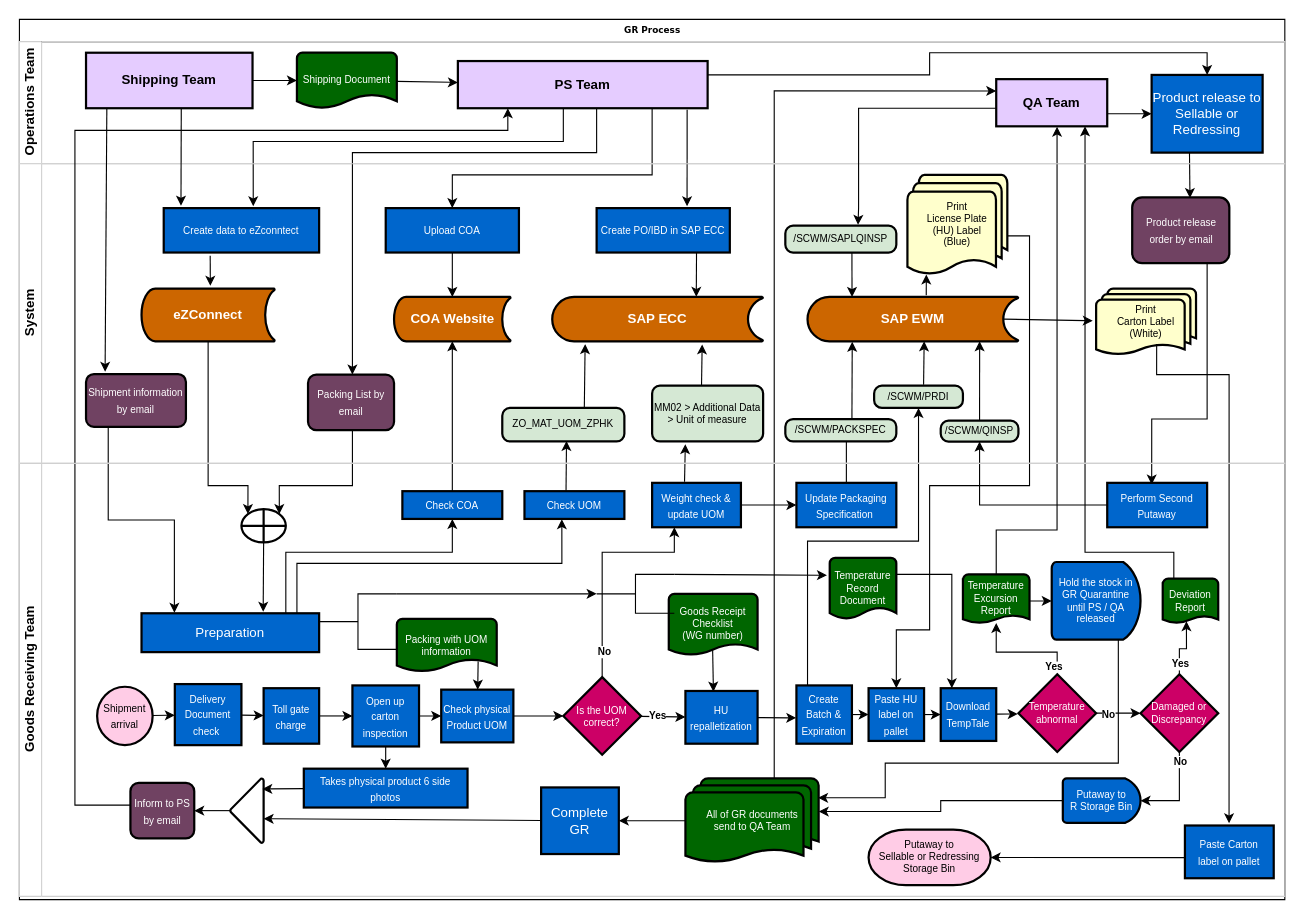
This is GR_Flowchart.drawio from chengkahohk/ZPHK_GR_workflow, a draw.io file, before an edit. Source tidied: cells renumbered, new cells numbered last; positions are measured from the earlier drawing's top-left corner, leaving out a move shared by most shapes. Both pictures are drawn from the tidied source at 111%, with x=0, y=0 at pixel (19, 19).
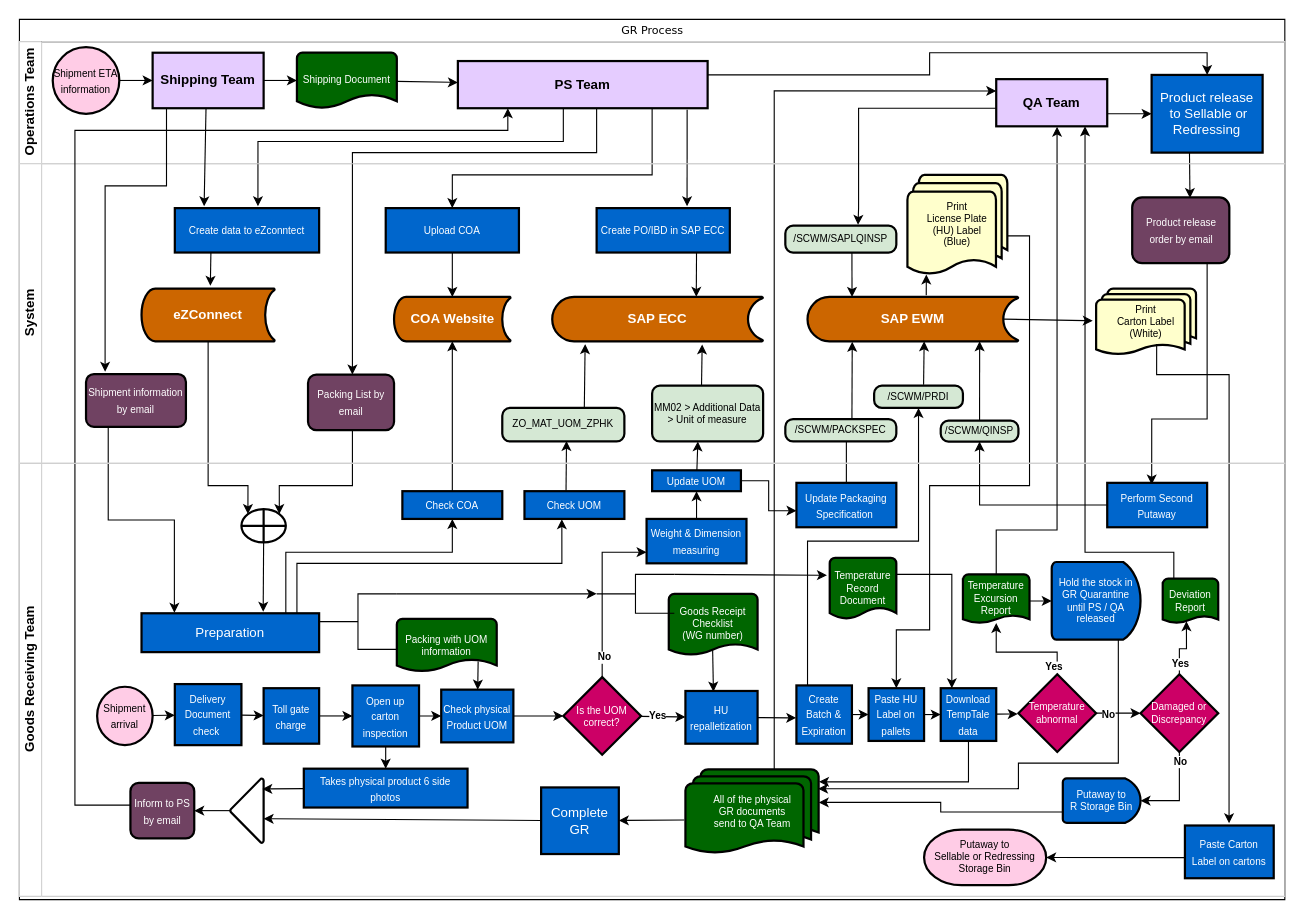
Above is the later version.

Unchanged cells that the change refers to:
```xml
<mxCell id="5" value="Operations Team" style="swimlane;html=1;startSize=20;horizontal=0;strokeColor=#D0D0D0;" parent="2" vertex="1">
  <mxGeometry y="20" width="1140" height="110" as="geometry" />
</mxCell>
<mxCell id="9" value="&lt;b&gt;&lt;font style=&quot;font-size: 12px;&quot;&gt;PS Team&lt;/font&gt;&lt;/b&gt;" style="whiteSpace=wrap;html=1;fillColor=#E5CCFF;fontColor=#000000;strokeWidth=2;" parent="5" vertex="1">
  <mxGeometry x="395" y="17.5" width="225" height="42.5" as="geometry" />
</mxCell>
<mxCell id="30" value="System" style="swimlane;html=1;startSize=20;horizontal=0;strokeColor=#D0D0D0;" parent="2" vertex="1">
  <mxGeometry y="130" width="1140" height="270" as="geometry" />
</mxCell>
<mxCell id="46" value="&lt;font style=&quot;font-size: 9px;&quot;&gt;MM02 &amp;gt; Additional Data &amp;gt;&amp;nbsp;Unit of measure&lt;/font&gt;" style="rounded=1;whiteSpace=wrap;html=1;absoluteArcSize=1;arcSize=14;strokeWidth=2;fontFamily=Helvetica;fontSize=9;fontColor=#000000;fillColor=#D5E8D4;" parent="30" vertex="1">
  <mxGeometry x="570" y="200" width="100" height="50.2" as="geometry" />
</mxCell>
<mxCell id="56" value="&lt;font style=&quot;font-size: 9px;&quot;&gt;Shipment information by email&lt;/font&gt;" style="whiteSpace=wrap;html=1;fillColor=#704262;fontColor=#FFFFFF;rounded=1;strokeWidth=2;" parent="30" vertex="1">
  <mxGeometry x="60" y="189.5" width="90" height="47.5" as="geometry" />
</mxCell>
<mxCell id="67" value="Goods Receiving Team" style="swimlane;html=1;startSize=20;horizontal=0;fillColor=none;strokeColor=#D0D0D0;" parent="2" vertex="1">
  <mxGeometry y="400" width="1140" height="390" as="geometry" />
</mxCell>
<mxCell id="91" value="&lt;font style=&quot;font-size: 9px;&quot;&gt;Update Packaging Specification&amp;nbsp;&lt;/font&gt;" style="whiteSpace=wrap;html=1;fillColor=#0066CC;fontColor=#FFFFFF;strokeWidth=2;" parent="67" vertex="1">
  <mxGeometry x="700" y="17.5" width="90" height="40" as="geometry" />
</mxCell>
<mxCell id="124" value="&lt;font style=&quot;font-size: 9px;&quot;&gt;Putaway to &lt;br&gt;R Storage Bin&lt;/font&gt;" style="strokeWidth=2;html=1;shape=mxgraph.flowchart.delay;whiteSpace=wrap;fontSize=9;whiteSpace=wrap;html=1;fontSize=9;fillColor=#0066CC;fontColor=#FFFFFF;strokeWidth=2;" parent="67" vertex="1">
  <mxGeometry x="940" y="283.8" width="70" height="40" as="geometry" />
</mxCell>
<mxCell id="130" value="Hold the stock in GR Quarantine until PS / QA released" style="strokeWidth=2;html=1;shape=mxgraph.flowchart.delay;whiteSpace=wrap;fontSize=9;whiteSpace=wrap;html=1;fontSize=9;fillColor=#0066CC;fontColor=#FFFFFF;strokeWidth=2;" parent="67" vertex="1">
  <mxGeometry x="930" y="88.8" width="80" height="70" as="geometry" />
</mxCell>
<mxCell id="138" value="Complete GR" style="whiteSpace=wrap;html=1;fillColor=#0066CC;fontColor=#FFFFFF;strokeWidth=2;" parent="67" vertex="1">
  <mxGeometry x="470" y="291.9" width="70" height="60" as="geometry" />
</mxCell>
```

The edit, as a diff of the source:
```diff
@@
-    <mxCell id="2" value="GR Process" style="swimlane;html=1;horizontal=1;startSize=20;rounded=0;shadow=0;labelBackgroundColor=none;strokeWidth=1;fontFamily=Verdana;fontSize=8;align=center;" parent="1" vertex="1">
+    <mxCell id="2" value="&lt;span style=&quot;font-weight: normal;&quot;&gt;&lt;font style=&quot;font-size: 10px;&quot;&gt;GR Process&lt;/font&gt;&lt;/span&gt;" style="swimlane;html=1;horizontal=1;startSize=20;rounded=0;shadow=0;labelBackgroundColor=none;strokeWidth=1;fontFamily=Verdana;fontSize=8;align=center;" parent="1" vertex="1">
       <mxGeometry width="1140" height="793" as="geometry" />
     </mxCell>
@@
     <mxCell id="11" value="&lt;b&gt;Shipping Team&lt;/b&gt;" style="whiteSpace=wrap;html=1;fillColor=#E5CCFF;fontColor=#000000;strokeWidth=2;" parent="5" vertex="1">
-      <mxGeometry x="60" y="10" width="150" height="50" as="geometry" />
+      <mxGeometry x="120" y="10" width="100" height="50" as="geometry" />
     </mxCell>
@@
-    <mxCell id="14" value="Product release to Sellable or Redressing" style="whiteSpace=wrap;html=1;fillColor=#0066CC;fontColor=#FFFFFF;strokeWidth=2;" parent="5" vertex="1">
+    <mxCell id="14" value="Product release&lt;br&gt;&amp;nbsp;to Sellable or Redressing" style="whiteSpace=wrap;html=1;fillColor=#0066CC;fontColor=#FFFFFF;strokeWidth=2;" parent="5" vertex="1">
       <mxGeometry x="1020" y="30" width="100" height="70" as="geometry" />
     </mxCell>
+    <mxCell id="142" style="edgeStyle=none;rounded=0;jettySize=auto;html=1;" parent="5" edge="1" source="143" target="11">
+      <mxGeometry relative="1" as="geometry" />
+    </mxCell>
+    <mxCell id="143" value="&lt;font style=&quot;font-size: 9px;&quot;&gt;Shipment ETA information&lt;/font&gt;" style="strokeWidth=2;html=1;shape=mxgraph.flowchart.start_2;whiteSpace=wrap;fillColor=#FFCCE6;fontColor=#000000;" parent="5" vertex="1">
+      <mxGeometry x="30" y="5" width="60" height="60" as="geometry" />
+    </mxCell>
@@
     <mxCell id="21" style="edgeStyle=orthogonalEdgeStyle;rounded=0;jettySize=auto;html=1;entryX=0.576;entryY=-0.043;entryDx=0;entryDy=0;entryPerimeter=0;fontFamily=Helvetica;fontSize=9;fontColor=#000000;elbow=vertical;" parent="2" edge="1" source="9" target="36">
       <mxGeometry relative="1" as="geometry">
         <Array as="points">
           <mxPoint x="490" y="110" />
-          <mxPoint x="211" y="110" />
+          <mxPoint x="215" y="110" />
         </Array>
       </mxGeometry>
     </mxCell>
-    <mxCell id="22" style="edgeStyle=none;rounded=0;jettySize=auto;html=1;fontFamily=Helvetica;fontSize=9;fontColor=#000000;elbow=vertical;entryX=0.299;entryY=1.049;entryDx=0;entryDy=0;entryPerimeter=0;exitX=0.365;exitY=-0.026;exitDx=0;exitDy=0;exitPerimeter=0;" parent="2" edge="1" source="84" target="46">
-      <mxGeometry relative="1" as="geometry" />
-    </mxCell>
@@
-    <mxCell id="35" style="edgeStyle=none;rounded=0;jettySize=auto;html=1;fontFamily=Helvetica;fontSize=9;fontColor=#FFFFFF;exitX=0.299;exitY=1.074;exitDx=0;exitDy=0;exitPerimeter=0;" parent="30" edge="1" source="36">
+    <mxCell id="35" style="edgeStyle=none;rounded=0;jettySize=auto;html=1;fontFamily=Helvetica;fontSize=9;fontColor=#FFFFFF;exitX=0.25;exitY=1;exitDx=0;exitDy=0;" parent="30" edge="1" source="36">
       <mxGeometry relative="1" as="geometry">
         <mxPoint x="172" y="110" as="targetPoint" />
       </mxGeometry>
     </mxCell>
     <mxCell id="36" value="&lt;font style=&quot;font-size: 9px;&quot;&gt;Create data to eZconntect&lt;/font&gt;" style="whiteSpace=wrap;html=1;fillColor=#0066CC;fontColor=#FFFFFF;strokeWidth=2;" parent="30" vertex="1">
-      <mxGeometry x="130" y="40" width="140" height="40" as="geometry" />
+      <mxGeometry x="140" y="40" width="130" height="40" as="geometry" />
     </mxCell>
@@
-    <mxCell id="64" style="edgeStyle=none;rounded=0;jettySize=auto;html=1;entryX=0.111;entryY=-0.055;entryDx=0;entryDy=0;entryPerimeter=0;fontFamily=Helvetica;fontSize=12;fontColor=#FFFFFF;strokeColor=#000000;fillColor=#FF33FF;exitX=0.572;exitY=1.005;exitDx=0;exitDy=0;exitPerimeter=0;" parent="2" edge="1" source="11" target="36">
+    <mxCell id="64" style="edgeStyle=none;rounded=0;jettySize=auto;html=1;entryX=0.203;entryY=-0.04;entryDx=0;entryDy=0;entryPerimeter=0;fontFamily=Helvetica;fontSize=12;fontColor=#FFFFFF;strokeColor=#000000;fillColor=#FF33FF;exitX=0.481;exitY=0.998;exitDx=0;exitDy=0;exitPerimeter=0;" parent="2" edge="1" source="11" target="36">
       <mxGeometry relative="1" as="geometry" />
     </mxCell>
-    <mxCell id="65" style="edgeStyle=none;rounded=0;jettySize=auto;html=1;entryX=0.191;entryY=-0.045;entryDx=0;entryDy=0;entryPerimeter=0;fontFamily=Helvetica;fontSize=12;fontColor=#FFFFFF;strokeColor=#000000;fillColor=#FF33FF;exitX=0.125;exitY=0.995;exitDx=0;exitDy=0;exitPerimeter=0;" parent="2" edge="1" source="11" target="56">
-      <mxGeometry relative="1" as="geometry" />
+    <mxCell id="65" style="edgeStyle=orthogonalEdgeStyle;rounded=0;jettySize=auto;html=1;entryX=0.191;entryY=-0.045;entryDx=0;entryDy=0;entryPerimeter=0;fontFamily=Helvetica;fontSize=12;fontColor=#FFFFFF;strokeColor=#000000;fillColor=#FF33FF;exitX=0.125;exitY=0.995;exitDx=0;exitDy=0;exitPerimeter=0;" parent="2" edge="1" source="11" target="56">
+      <mxGeometry relative="1" as="geometry">
+        <Array as="points">
+          <mxPoint x="132" y="150" />
+          <mxPoint x="77" y="150" />
+        </Array>
+      </mxGeometry>
     </mxCell>
@@
-    <mxCell id="84" value="&lt;font style=&quot;font-size: 9px;&quot;&gt;Weight check &amp;amp; update UOM&lt;/font&gt;" style="whiteSpace=wrap;html=1;fillColor=#0066CC;fontColor=#FFFFFF;strokeWidth=2;" parent="67" vertex="1">
-      <mxGeometry x="570" y="17.5" width="80" height="40" as="geometry" />
+    <mxCell id="84" value="&lt;font style=&quot;font-size: 9px;&quot;&gt;Weight &amp;amp; Dimension measuring&lt;/font&gt;" style="whiteSpace=wrap;html=1;fillColor=#0066CC;fontColor=#FFFFFF;strokeWidth=2;" parent="67" vertex="1">
+      <mxGeometry x="565" y="50" width="90" height="40" as="geometry" />
     </mxCell>
@@
-    <mxCell id="92" style="rounded=0;jettySize=auto;html=1;fontFamily=Helvetica;fontSize=9;fontColor=#000000;elbow=vertical;" parent="67" edge="1" source="84" target="91">
-      <mxGeometry relative="1" as="geometry" />
-    </mxCell>
@@
-    <mxCell id="101" value="&lt;font style=&quot;font-size: 9px;&quot;&gt;Paste HU label on pallet&lt;/font&gt;" style="whiteSpace=wrap;html=1;fillColor=#0066CC;fontColor=#FFFFFF;strokeWidth=2;" parent="67" vertex="1">
+    <mxCell id="101" value="&lt;font style=&quot;font-size: 9px;&quot;&gt;Paste HU Label on pallets&lt;/font&gt;" style="whiteSpace=wrap;html=1;fillColor=#0066CC;fontColor=#FFFFFF;strokeWidth=2;" parent="67" vertex="1">
       <mxGeometry x="765" y="202.5" width="50" height="47.5" as="geometry" />
     </mxCell>
@@
+    <mxCell id="144" style="edgeStyle=orthogonalEdgeStyle;rounded=0;jettySize=auto;html=1;entryX=1.003;entryY=0.148;entryDx=0;entryDy=0;entryPerimeter=0;" parent="67" edge="1" source="115" target="133">
+      <mxGeometry relative="1" as="geometry">
+        <Array as="points">
+          <mxPoint x="855" y="287" />
+        </Array>
+      </mxGeometry>
+    </mxCell>
-    <mxCell id="115" value="&lt;font style=&quot;font-size: 9px;&quot;&gt;Download&lt;br&gt;TempTale&lt;/font&gt;" style="whiteSpace=wrap;html=1;fillColor=#0066CC;fontColor=#FFFFFF;strokeWidth=2;" parent="67" vertex="1">
+    <mxCell id="115" value="&lt;font style=&quot;font-size: 9px;&quot;&gt;Download&lt;br&gt;TempTale data&lt;/font&gt;" style="whiteSpace=wrap;html=1;fillColor=#0066CC;fontColor=#FFFFFF;strokeWidth=2;" parent="67" vertex="1">
       <mxGeometry x="830" y="202.5" width="50" height="47.5" as="geometry" />
     </mxCell>
@@
     <mxCell id="123" style="rounded=0;jettySize=auto;html=1;fontSize=9;entryX=1.001;entryY=0.391;entryDx=0;entryDy=0;entryPerimeter=0;edgeStyle=orthogonalEdgeStyle;" parent="67" edge="1" source="124" target="133">
-      <mxGeometry relative="1" as="geometry" />
+      <mxGeometry relative="1" as="geometry">
+        <Array as="points">
+          <mxPoint x="830" y="314" />
+        </Array>
+      </mxGeometry>
     </mxCell>
@@
-    <mxCell id="127" value="&lt;font style=&quot;font-size: 9px;&quot;&gt;Paste Carton &lt;br&gt;label on pallet&lt;/font&gt;" style="whiteSpace=wrap;html=1;fillColor=#0066CC;fontColor=#FFFFFF;strokeWidth=2;" parent="67" vertex="1">
+    <mxCell id="127" value="&lt;font style=&quot;font-size: 9px;&quot;&gt;Paste Carton&lt;br&gt;Label on cartons&lt;/font&gt;" style="whiteSpace=wrap;html=1;fillColor=#0066CC;fontColor=#FFFFFF;strokeWidth=2;" parent="67" vertex="1">
       <mxGeometry x="1050" y="326.2" width="80" height="47.5" as="geometry" />
     </mxCell>
     <mxCell id="128" value="Putaway to &lt;br&gt;Sellable or Redressing Storage Bin" style="strokeWidth=2;html=1;shape=mxgraph.flowchart.terminator;whiteSpace=wrap;fontFamily=Helvetica;fontSize=9;fontColor=#000000;fillColor=#FFCCE6;" parent="67" vertex="1">
-      <mxGeometry x="765" y="330" width="110" height="50" as="geometry" />
+      <mxGeometry x="815" y="330" width="110" height="50" as="geometry" />
     </mxCell>
     <mxCell id="129" style="edgeStyle=orthogonalEdgeStyle;rounded=0;jettySize=auto;html=1;entryX=0.996;entryY=0.229;entryDx=0;entryDy=0;entryPerimeter=0;fontSize=9;" parent="67" edge="1" source="130" target="133">
       <mxGeometry relative="1" as="geometry">
         <Array as="points">
           <mxPoint x="990" y="270" />
-          <mxPoint x="780" y="270" />
-          <mxPoint x="780" y="301" />
+          <mxPoint x="900" y="270" />
+          <mxPoint x="900" y="293" />
         </Array>
       </mxGeometry>
     </mxCell>
@@
-    <mxCell id="132" style="edgeStyle=orthogonalEdgeStyle;rounded=0;jettySize=auto;html=1;fontSize=9;" parent="67" edge="1" source="133" target="138">
+    <mxCell id="132" style="rounded=0;jettySize=auto;html=1;fontSize=9;exitX=-0.009;exitY=0.599;exitDx=0;exitDy=0;exitPerimeter=0;" parent="67" edge="1" source="133" target="138">
       <mxGeometry relative="1" as="geometry" />
     </mxCell>
-    <mxCell id="133" value="All of GR documents&lt;br&gt;send to QA Team" style="strokeWidth=2;html=1;shape=mxgraph.flowchart.multi-document;size=0.15767195767195646;fontFamily=Helvetica;fontSize=9;fontColor=#FFFFFF;fillColor=#006600;" parent="67" vertex="1">
-      <mxGeometry x="600" y="283.8" width="120" height="76.2" as="geometry" />
+    <mxCell id="133" value="All of the physical &lt;br&gt;GR documents&lt;br&gt;send to QA Team" style="strokeWidth=2;html=1;shape=mxgraph.flowchart.multi-document;size=0.15767195767195646;fontFamily=Helvetica;fontSize=9;fontColor=#FFFFFF;fillColor=#006600;" parent="67" vertex="1">
+      <mxGeometry x="600" y="275.6" width="120" height="76.2" as="geometry" />
     </mxCell>
@@
+    <mxCell id="145" style="edgeStyle=orthogonalEdgeStyle;rounded=0;jettySize=auto;html=1;entryX=0.001;entryY=0.628;entryDx=0;entryDy=0;entryPerimeter=0;exitX=1;exitY=0.5;exitDx=0;exitDy=0;" parent="67" edge="1" source="146" target="91">
+      <mxGeometry relative="1" as="geometry" />
+    </mxCell>
+    <mxCell id="146" value="&lt;font style=&quot;font-size: 9px;&quot;&gt;Update UOM&lt;/font&gt;" style="whiteSpace=wrap;html=1;fillColor=#0066CC;fontColor=#FFFFFF;strokeWidth=2;" parent="67" vertex="1">
+      <mxGeometry x="570" y="6.2" width="80" height="18.8" as="geometry" />
+    </mxCell>
+    <mxCell id="147" style="edgeStyle=none;rounded=0;jettySize=auto;html=1;" parent="67" edge="1" source="84" target="146">
+      <mxGeometry relative="1" as="geometry" />
+    </mxCell>
+    <mxCell id="148" style="edgeStyle=none;rounded=0;jettySize=auto;html=1;entryX=0.412;entryY=0.999;entryDx=0;entryDy=0;entryPerimeter=0;" parent="2" edge="1" source="146" target="46">
+      <mxGeometry relative="1" as="geometry" />
+    </mxCell>
```
